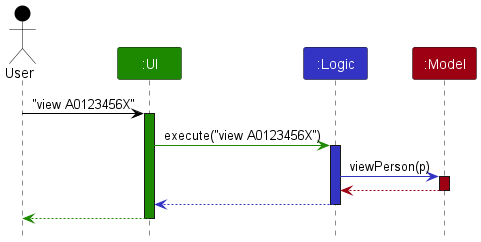
nus-cs2103-AY2324S2/tp keeps this PlantUML diagram as docs/images/ArchitectureSequenceDiagram.png. Above is the earlier version.
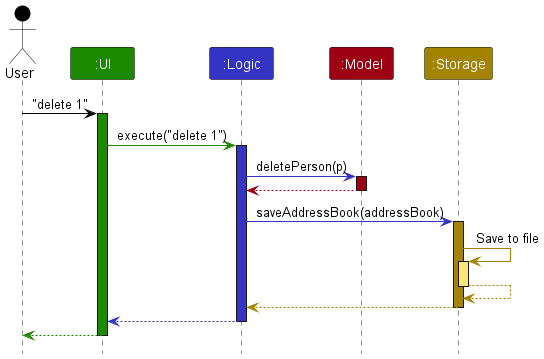
The same diagram one commit later.

Commit message:
update the uml diagram

Diff of the diagram source:
```diff
@@ -6,19 +6,30 @@
 Participant ":UI" as ui UI_COLOR
 Participant ":Logic" as logic LOGIC_COLOR
 Participant ":Model" as model MODEL_COLOR
+Participant ":Storage" as storage STORAGE_COLOR
 
-
-user -[USER_COLOR]> ui : "view A0123456X"
+user -[USER_COLOR]> ui : "delete 1"
 activate ui UI_COLOR
 
-ui -[UI_COLOR]> logic : execute("view A0123456X")
+ui -[UI_COLOR]> logic : execute("delete 1")
 activate logic LOGIC_COLOR
 
-logic -[LOGIC_COLOR]> model : viewPerson(p)
+logic -[LOGIC_COLOR]> model : deletePerson(p)
 activate model MODEL_COLOR
 
 model -[MODEL_COLOR]-> logic
 deactivate model
+
+logic -[LOGIC_COLOR]> storage : saveAddressBook(addressBook)
+activate storage STORAGE_COLOR
+
+storage -[STORAGE_COLOR]> storage : Save to file
+activate storage STORAGE_COLOR_T1
+storage --[STORAGE_COLOR]> storage
+deactivate storage
+
+storage --[STORAGE_COLOR]> logic
+deactivate storage
 
 logic --[LOGIC_COLOR]> ui
 deactivate logic
```
